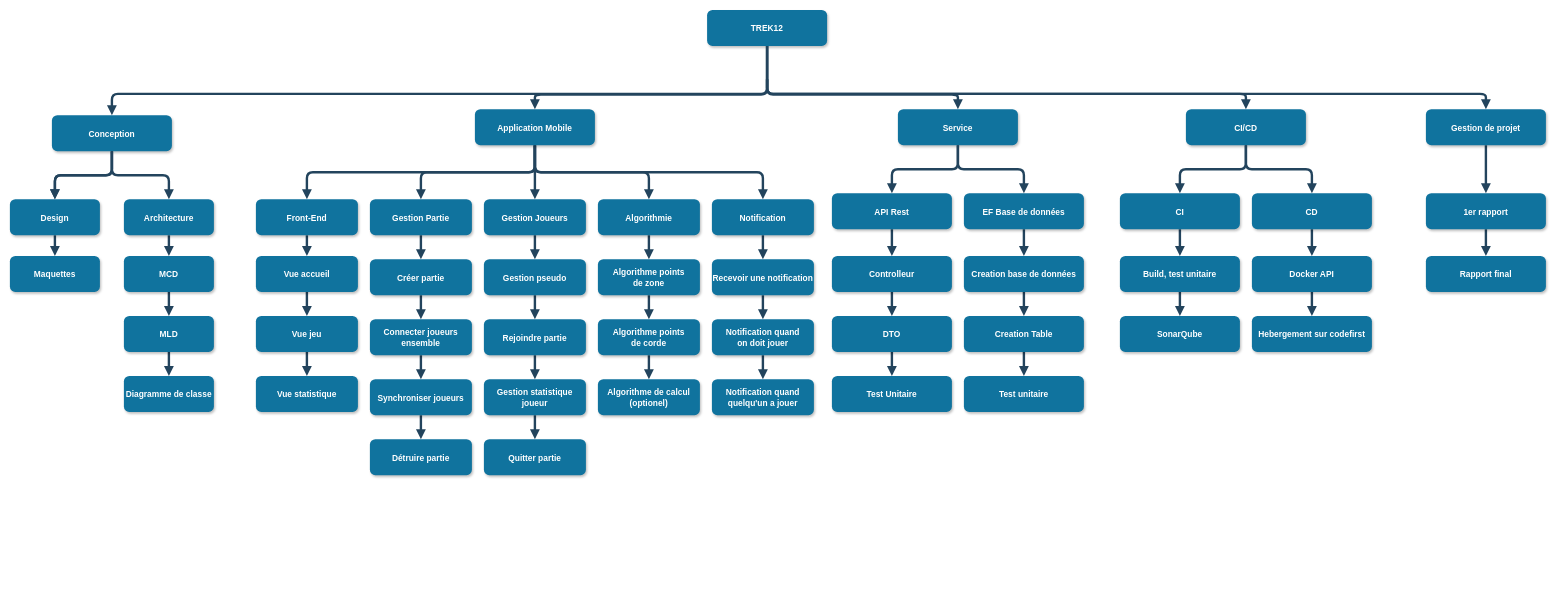
Above: Diagramme sans nom.drawio in Theo03300/Sae4.01 (draw.io), before the change. Source tidied: cells renumbered, new cells numbered last; positions are measured from the earlier drawing's top-left corner, leaving out a move shared by most shapes. Both pictures are drawn from the tidied source at 60%, with x=0, y=0 at pixel (10, 10).
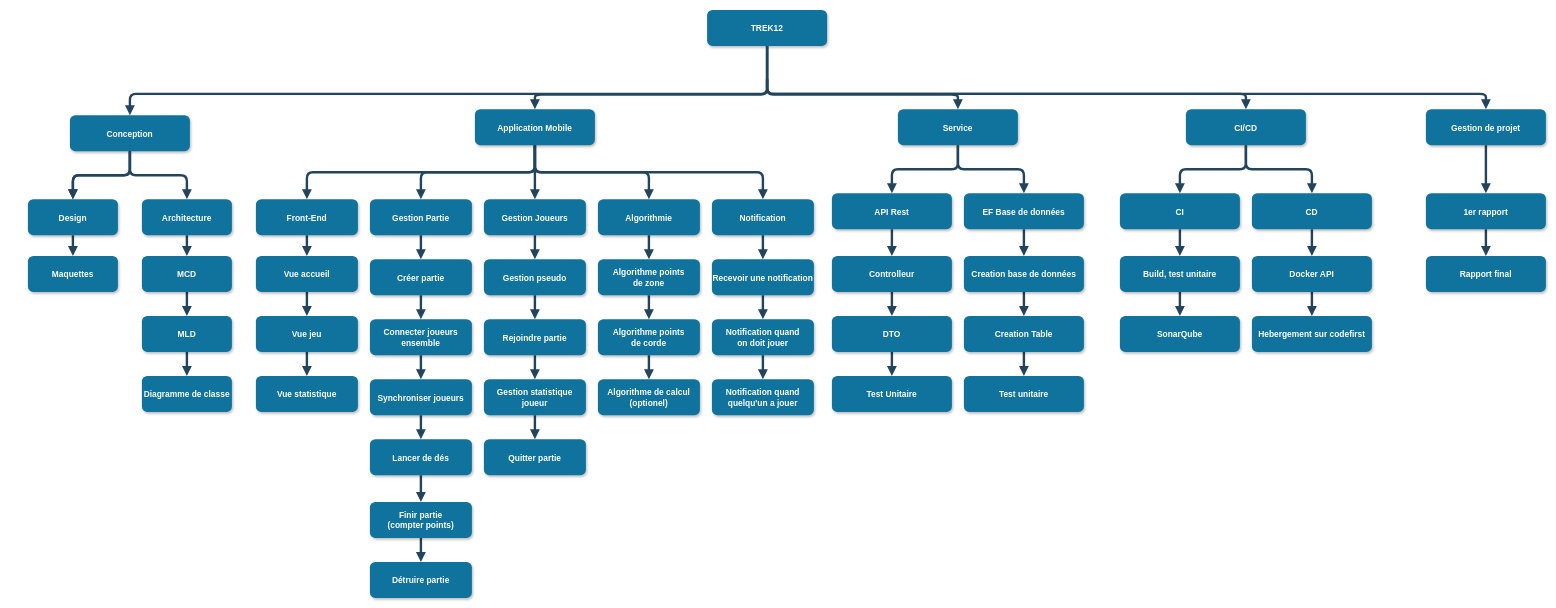
Above is the later version.

Commit message (it also covers changes not shown here):
Mettre à jour Diagramme sans nom.drawio

What changed in the source:
```diff
@@
     <mxCell id="18" value="Conception" style="rounded=1;fillColor=#10739E;strokeColor=none;shadow=1;gradientColor=none;fontStyle=1;fontColor=#FFFFFF;fontSize=14;" parent="1" vertex="1">
-      <mxGeometry x="70" y="175.5" width="200" height="60" as="geometry" />
+      <mxGeometry x="100" y="175.5" width="200" height="60" as="geometry" />
     </mxCell>
@@
     <mxCell id="43" value="Design" style="rounded=1;fillColor=#10739E;strokeColor=none;shadow=1;gradientColor=none;fontStyle=1;fontColor=#FFFFFF;fontSize=14;" parent="1" vertex="1">
-      <mxGeometry y="315.5" width="150" height="60" as="geometry" />
+      <mxGeometry x="30" y="315.5" width="150" height="60" as="geometry" />
     </mxCell>
@@
     <mxCell id="46" value="Architecture" style="rounded=1;fillColor=#10739E;strokeColor=none;shadow=1;gradientColor=none;fontStyle=1;fontColor=#FFFFFF;fontSize=14;" parent="1" vertex="1">
-      <mxGeometry x="190" y="315.5" width="150" height="60" as="geometry" />
+      <mxGeometry x="220" y="315.5" width="150" height="60" as="geometry" />
     </mxCell>
     <mxCell id="47" value="Maquettes" style="rounded=1;fillColor=#10739E;strokeColor=none;shadow=1;gradientColor=none;fontStyle=1;fontColor=#FFFFFF;fontSize=14;" parent="1" vertex="1">
-      <mxGeometry y="410" width="150" height="60" as="geometry" />
+      <mxGeometry x="30" y="410" width="150" height="60" as="geometry" />
     </mxCell>
@@
     <mxCell id="49" value="MCD" style="rounded=1;fillColor=#10739E;strokeColor=none;shadow=1;gradientColor=none;fontStyle=1;fontColor=#FFFFFF;fontSize=14;" parent="1" vertex="1">
-      <mxGeometry x="190" y="410" width="150" height="60" as="geometry" />
+      <mxGeometry x="220" y="410" width="150" height="60" as="geometry" />
     </mxCell>
@@
     <mxCell id="51" value="MLD" style="rounded=1;fillColor=#10739E;strokeColor=none;shadow=1;gradientColor=none;fontStyle=1;fontColor=#FFFFFF;fontSize=14;" parent="1" vertex="1">
-      <mxGeometry x="190" y="510" width="150" height="60" as="geometry" />
+      <mxGeometry x="220" y="510" width="150" height="60" as="geometry" />
     </mxCell>
     <mxCell id="52" value="Diagramme de classe" style="rounded=1;fillColor=#10739E;strokeColor=none;shadow=1;gradientColor=none;fontStyle=1;fontColor=#FFFFFF;fontSize=14;" parent="1" vertex="1">
-      <mxGeometry x="190" y="610" width="150" height="60" as="geometry" />
+      <mxGeometry x="220" y="610" width="150" height="60" as="geometry" />
     </mxCell>
@@
+    <mxCell id="102" style="edgeStyle=orthogonalEdgeStyle;rounded=1;jettySize=auto;html=1;strokeColor=#23445d;strokeWidth=4;endArrow=block;endFill=1;" parent="1" edge="1" source="94" target="104">
+      <mxGeometry relative="1" as="geometry" />
+    </mxCell>
-    <mxCell id="94" value="Détruire partie" style="rounded=1;fillColor=#10739E;strokeColor=none;shadow=1;gradientColor=none;fontStyle=1;fontColor=#FFFFFF;fontSize=14;" parent="1" vertex="1">
+    <mxCell id="94" value="Lancer de dés" style="rounded=1;fillColor=#10739E;strokeColor=none;shadow=1;gradientColor=none;fontStyle=1;fontColor=#FFFFFF;fontSize=14;" parent="1" vertex="1">
       <mxGeometry x="600" y="715.5" width="170" height="60" as="geometry" />
     </mxCell>
@@
+    <mxCell id="103" style="edgeStyle=orthogonalEdgeStyle;rounded=1;jettySize=auto;html=1;strokeColor=#23445d;strokeWidth=4;endArrow=block;endFill=1;" parent="1" edge="1" source="104" target="105">
+      <mxGeometry relative="1" as="geometry" />
+    </mxCell>
+    <mxCell id="104" value="Finir partie&#10;(compter points)" style="rounded=1;fillColor=#10739E;strokeColor=none;shadow=1;gradientColor=none;fontStyle=1;fontColor=#FFFFFF;fontSize=14;" parent="1" vertex="1">
+      <mxGeometry x="600" y="820" width="170" height="60" as="geometry" />
+    </mxCell>
+    <mxCell id="105" value="Détruire partie" style="rounded=1;fillColor=#10739E;strokeColor=none;shadow=1;gradientColor=none;fontStyle=1;fontColor=#FFFFFF;fontSize=14;" parent="1" vertex="1">
+      <mxGeometry x="600" y="920" width="170" height="60" as="geometry" />
+    </mxCell>
```
